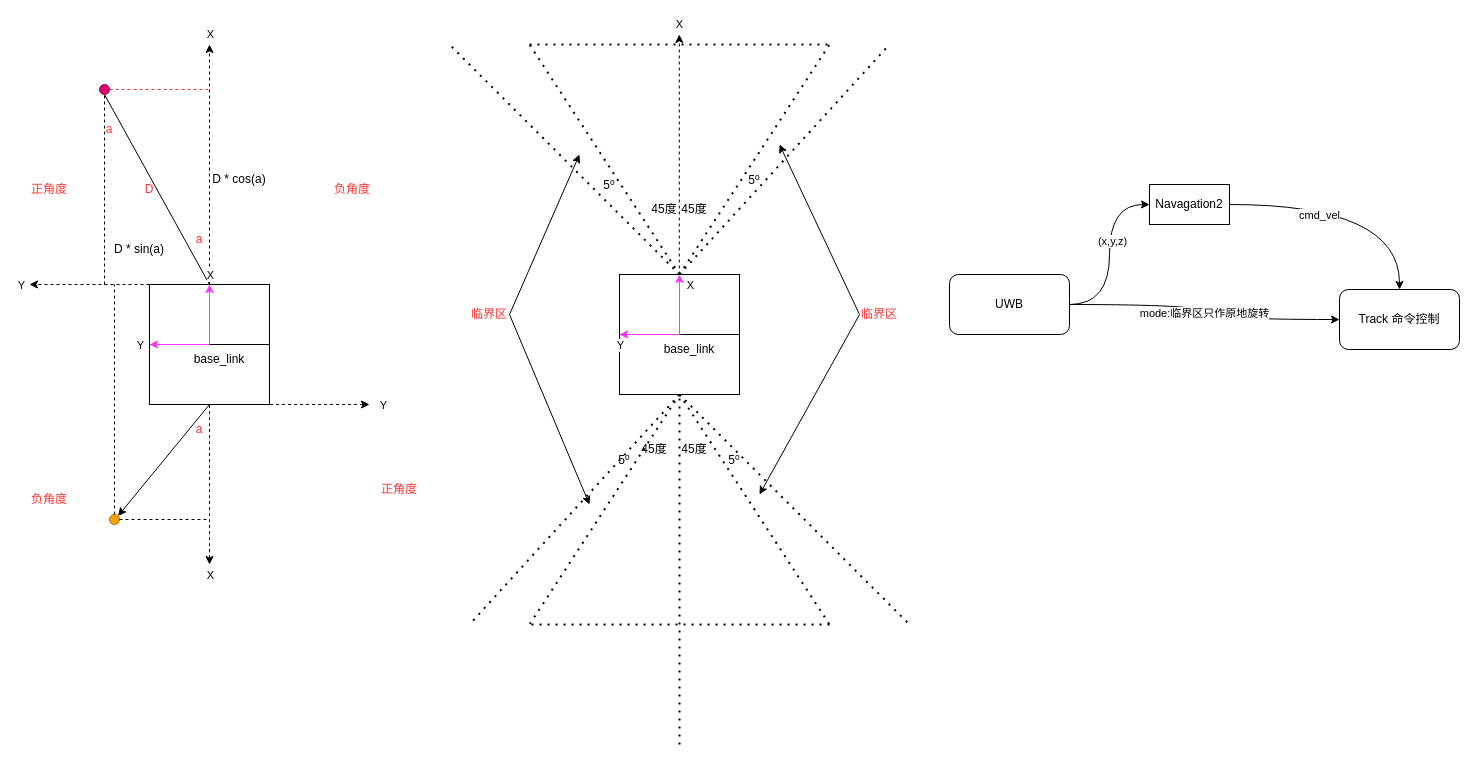
This is WorkSpace/ObjectTrack/UWB.drawio from mailonghua/drawio, a draw.io file, before an edit. Source tidied: cells renumbered, new cells numbered last; positions are measured from the earlier drawing's top-left corner, leaving out a move shared by most shapes. Both pictures are drawn from the tidied source at 100%, with x=0, y=0 at pixel (19, 34).
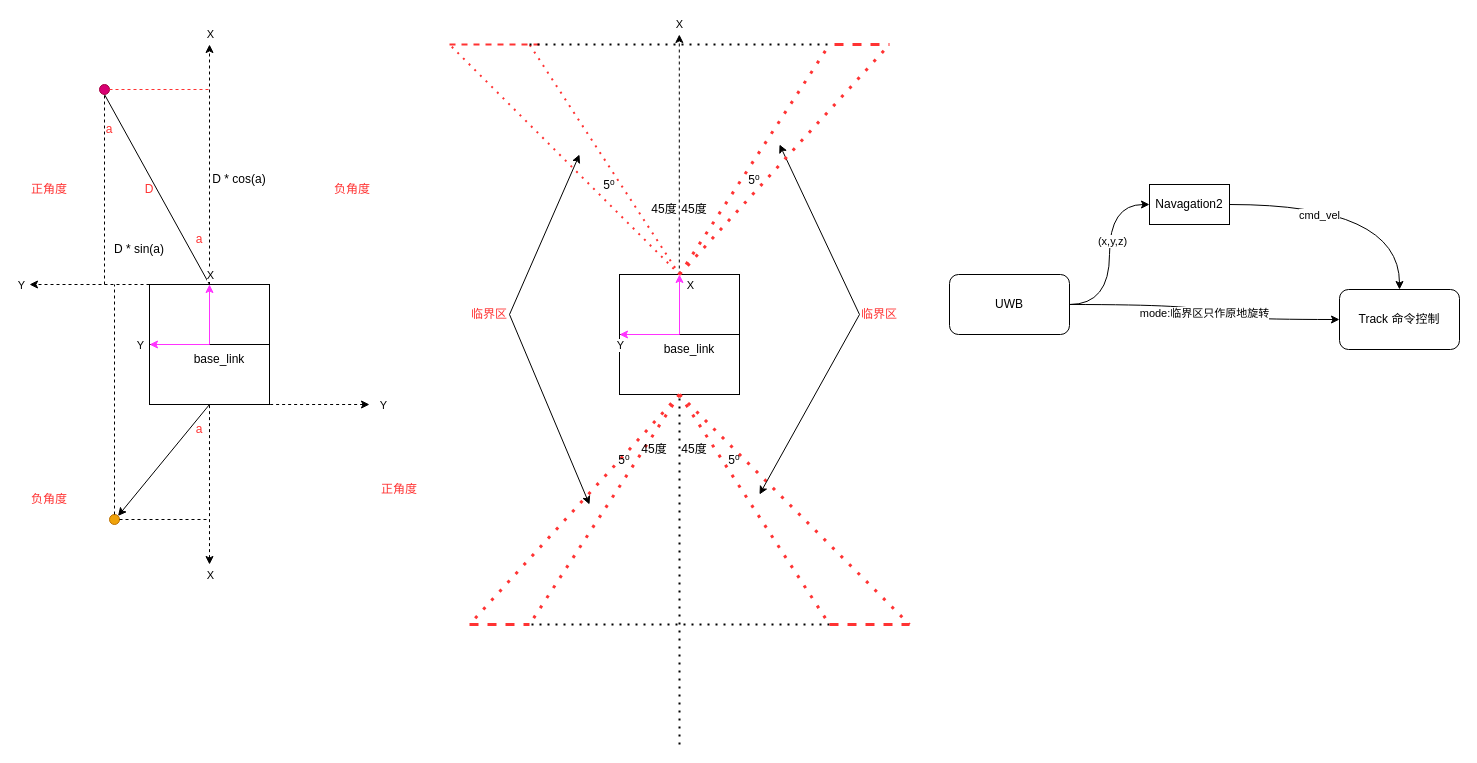
After the change.

The change refers to these unchanged cells:
```xml
<mxCell id="40" style="rounded=0;whiteSpace=wrap;html=1;rotation=0;" parent="39" vertex="1">
  <mxGeometry width="120" height="60" as="geometry" />
</mxCell>
<mxCell id="41" style="rounded=0;whiteSpace=wrap;html=1;" parent="39" vertex="1">
  <mxGeometry y="60" width="120" height="60" as="geometry" />
</mxCell>
<mxCell id="87" value="临界区" style="text;html=1;whiteSpace=wrap;strokeColor=none;fillColor=none;align=center;verticalAlign=middle;rounded=0;fontColor=#FF3333;" parent="1" vertex="1">
  <mxGeometry x="450" y="270" width="40" height="20" as="geometry" />
</mxCell>
```

The edit, as a diff of the source:
```diff
@@
-    <mxCell id="56" style="group;" parent="1" vertex="1">
-      <mxGeometry x="430" y="10" width="440" height="230" as="geometry" />
-    </mxCell>
-    <mxCell id="57" style="endArrow=none;dashed=1;html=1;dashPattern=1 3;strokeWidth=2;rounded=0;exitX=0.5;exitY=0;exitDx=0;exitDy=0;" parent="56" edge="1">
-      <mxGeometry relative="1" as="geometry">
-        <mxPoint x="230" y="230" as="sourcePoint" />
-        <mxPoint x="440" as="targetPoint" />
-      </mxGeometry>
-    </mxCell>
-    <mxCell id="58" style="endArrow=none;dashed=1;html=1;dashPattern=1 3;strokeWidth=2;rounded=0;exitX=0.5;exitY=0;exitDx=0;exitDy=0;" parent="56" edge="1">
-      <mxGeometry relative="1" as="geometry">
-        <mxPoint x="230" y="230" as="sourcePoint" />
-        <mxPoint as="targetPoint" />
-      </mxGeometry>
-    </mxCell>
-    <mxCell id="59" style="group;" parent="56" vertex="1">
-      <mxGeometry x="80" width="300" height="230" as="geometry" />
-    </mxCell>
-    <mxCell id="60" style="endArrow=none;dashed=1;html=1;dashPattern=1 3;strokeWidth=2;rounded=0;exitX=0.5;exitY=0;exitDx=0;exitDy=0;" parent="59" edge="1" source="40">
-      <mxGeometry relative="1" as="geometry">
-        <mxPoint x="300" as="targetPoint" />
-      </mxGeometry>
-    </mxCell>
-    <mxCell id="61" style="endArrow=none;dashed=1;html=1;dashPattern=1 3;strokeWidth=2;rounded=0;exitX=0.5;exitY=0;exitDx=0;exitDy=0;" parent="59" edge="1">
-      <mxGeometry relative="1" as="geometry">
-        <mxPoint x="150" y="230" as="sourcePoint" />
-        <mxPoint as="targetPoint" />
-      </mxGeometry>
-    </mxCell>
-    <mxCell id="62" style="endArrow=none;dashed=1;html=1;dashPattern=1 3;strokeWidth=2;rounded=0;" parent="59" edge="1">
-      <mxGeometry relative="1" as="geometry">
-        <mxPoint as="sourcePoint" />
-        <mxPoint x="300" as="targetPoint" />
-      </mxGeometry>
-    </mxCell>
-    <mxCell id="63" style="edgeStyle=none;rounded=0;jettySize=auto;html=1;exitX=1;exitY=0.5;exitDx=0;exitDy=0;" parent="56" edge="1" source="87">
-      <mxGeometry relative="1" as="geometry">
-        <mxPoint x="130" y="110" as="targetPoint" />
-      </mxGeometry>
-    </mxCell>
-    <mxCell id="64" style="endArrow=none;dashed=1;html=1;dashPattern=1 3;strokeWidth=2;rounded=0;exitX=0.5;exitY=0;exitDx=0;exitDy=0;" parent="1" edge="1">
+    <mxCell id="64" style="endArrow=none;dashed=1;html=1;dashPattern=1 3;strokeWidth=3;rounded=0;exitX=0.5;exitY=0;exitDx=0;exitDy=0;strokeColor=#FF3333;" parent="1" edge="1">
       <mxGeometry relative="1" as="geometry">
         <mxPoint x="660" y="360" as="sourcePoint" />
         <mxPoint x="450" y="590" as="targetPoint" />
       </mxGeometry>
     </mxCell>
-    <mxCell id="65" style="endArrow=none;dashed=1;html=1;dashPattern=1 3;strokeWidth=2;rounded=0;exitX=0.5;exitY=0;exitDx=0;exitDy=0;" parent="1" edge="1">
+    <mxCell id="65" style="endArrow=none;dashed=1;html=1;dashPattern=1 3;strokeWidth=3;rounded=0;exitX=0.5;exitY=0;exitDx=0;exitDy=0;fillColor=#fa6800;strokeColor=#FF3333;" parent="1" edge="1">
       <mxGeometry relative="1" as="geometry">
         <mxPoint x="660" y="360" as="sourcePoint" />
         <mxPoint x="890" y="590" as="targetPoint" />
       </mxGeometry>
     </mxCell>
-    <mxCell id="66" style="endArrow=none;dashed=1;html=1;dashPattern=1 3;strokeWidth=2;rounded=0;exitX=0.5;exitY=1;exitDx=0;exitDy=0;" parent="1" edge="1" source="41">
+    <mxCell id="66" style="endArrow=none;dashed=1;html=1;dashPattern=1 3;strokeWidth=3;rounded=0;exitX=0.5;exitY=1;exitDx=0;exitDy=0;strokeColor=#FF3333;" parent="1" edge="1" source="41">
       <mxGeometry relative="1" as="geometry">
         <mxPoint x="510" y="590" as="targetPoint" />
       </mxGeometry>
     </mxCell>
-    <mxCell id="67" style="endArrow=none;dashed=1;html=1;dashPattern=1 3;strokeWidth=2;rounded=0;exitX=0.5;exitY=0;exitDx=0;exitDy=0;" parent="1" edge="1">
+    <mxCell id="67" style="endArrow=none;dashed=1;html=1;dashPattern=1 3;strokeWidth=3;rounded=0;exitX=0.5;exitY=0;exitDx=0;exitDy=0;fillColor=#fa6800;strokeColor=#FF3333;" parent="1" edge="1">
       <mxGeometry relative="1" as="geometry">
         <mxPoint x="660" y="360" as="sourcePoint" />
         <mxPoint x="810" y="590" as="targetPoint" />
       </mxGeometry>
     </mxCell>
@@
+    <mxCell id="88" style="endArrow=none;dashed=1;html=1;rounded=0;strokeWidth=3;strokeColor=#FF3333;" parent="1" edge="1">
+      <mxGeometry relative="1" as="geometry">
+        <mxPoint x="450" y="590" as="sourcePoint" />
+        <mxPoint x="510" y="590" as="targetPoint" />
+      </mxGeometry>
+    </mxCell>
+    <mxCell id="89" style="endArrow=none;dashed=1;html=1;rounded=0;fillColor=#fa6800;strokeColor=#FF3333;strokeWidth=3;" parent="1" edge="1">
+      <mxGeometry relative="1" as="geometry">
+        <mxPoint x="810" y="590" as="sourcePoint" />
+        <mxPoint x="890" y="590" as="targetPoint" />
+      </mxGeometry>
+    </mxCell>
+    <mxCell id="90" style="endArrow=none;dashed=1;html=1;rounded=0;strokeColor=#FF3333;strokeWidth=2;" parent="1" edge="1">
+      <mxGeometry relative="1" as="geometry">
+        <mxPoint x="430" y="10" as="sourcePoint" />
+        <mxPoint x="520" y="10" as="targetPoint" />
+      </mxGeometry>
+    </mxCell>
+    <mxCell id="91" style="endArrow=none;dashed=1;html=1;rounded=0;strokeColor=#FF3333;strokeWidth=3;" parent="1" edge="1">
+      <mxGeometry relative="1" as="geometry">
+        <mxPoint x="815" y="10" as="sourcePoint" />
+        <mxPoint x="870" y="10" as="targetPoint" />
+      </mxGeometry>
+    </mxCell>
+    <mxCell id="57" style="endArrow=none;dashed=1;html=1;dashPattern=1 3;strokeWidth=3;rounded=0;exitX=0.5;exitY=0;exitDx=0;exitDy=0;strokeColor=#FF3333;" parent="1" edge="1">
+      <mxGeometry relative="1" as="geometry">
+        <mxPoint x="660" y="240" as="sourcePoint" />
+        <mxPoint x="870" y="10" as="targetPoint" />
+      </mxGeometry>
+    </mxCell>
+    <mxCell id="58" style="endArrow=none;dashed=1;html=1;dashPattern=1 3;strokeWidth=2;rounded=0;exitX=0.5;exitY=0;exitDx=0;exitDy=0;strokeColor=#FF3333;" parent="1" edge="1">
+      <mxGeometry relative="1" as="geometry">
+        <mxPoint x="660" y="240" as="sourcePoint" />
+        <mxPoint x="430" y="10" as="targetPoint" />
+      </mxGeometry>
+    </mxCell>
+    <mxCell id="63" style="edgeStyle=none;rounded=0;jettySize=auto;html=1;exitX=1;exitY=0.5;exitDx=0;exitDy=0;" parent="1" edge="1" source="87">
+      <mxGeometry relative="1" as="geometry">
+        <mxPoint x="560" y="120" as="targetPoint" />
+      </mxGeometry>
+    </mxCell>
+    <mxCell id="60" style="endArrow=none;dashed=1;html=1;dashPattern=1 3;strokeWidth=3;rounded=0;exitX=0.5;exitY=0;exitDx=0;exitDy=0;strokeColor=#FF3333;" parent="1" edge="1" source="40">
+      <mxGeometry relative="1" as="geometry">
+        <mxPoint x="810" y="10" as="targetPoint" />
+      </mxGeometry>
+    </mxCell>
+    <mxCell id="61" style="endArrow=none;dashed=1;html=1;dashPattern=1 3;strokeWidth=2;rounded=0;exitX=0.5;exitY=0;exitDx=0;exitDy=0;strokeColor=#FF3333;" parent="1" edge="1">
+      <mxGeometry relative="1" as="geometry">
+        <mxPoint x="660" y="240" as="sourcePoint" />
+        <mxPoint x="510" y="10" as="targetPoint" />
+      </mxGeometry>
+    </mxCell>
+    <mxCell id="62" style="endArrow=none;dashed=1;html=1;dashPattern=1 3;strokeWidth=2;rounded=0;" parent="1" edge="1">
+      <mxGeometry relative="1" as="geometry">
+        <mxPoint x="510" y="10" as="sourcePoint" />
+        <mxPoint x="810" y="10" as="targetPoint" />
+      </mxGeometry>
+    </mxCell>
```
